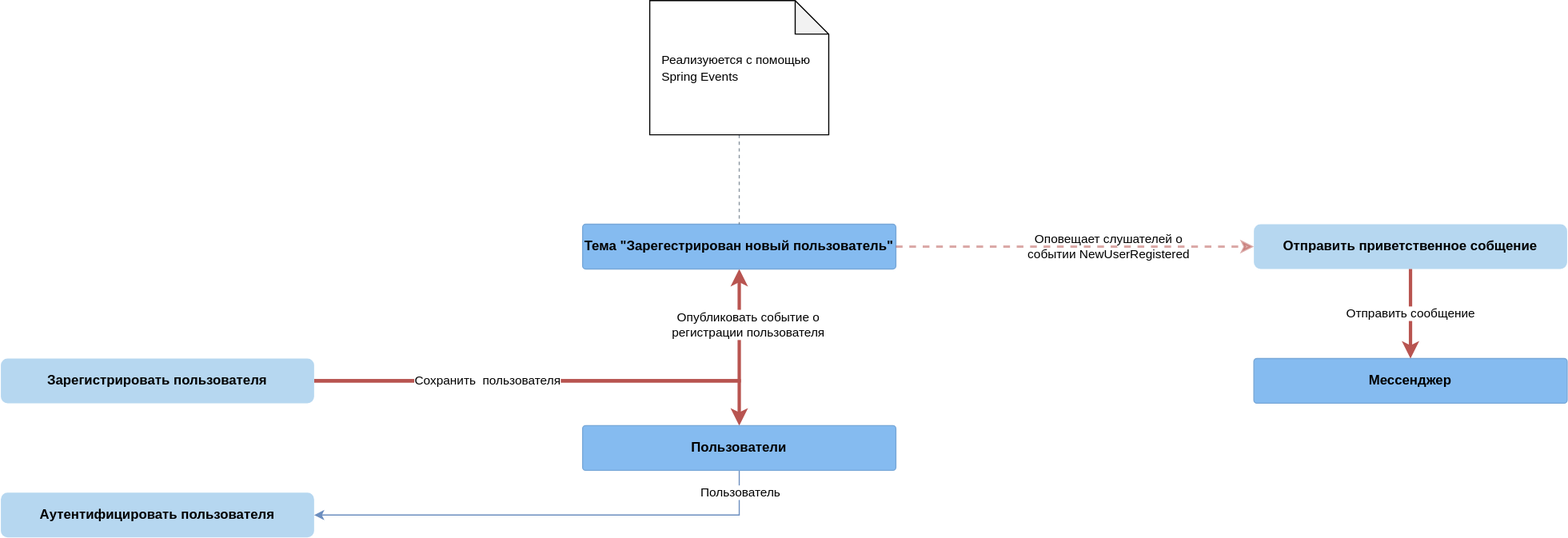
Before: azhidkov.pro/content/effects-diagram/images/spec/short-notation-example.svg, a diagram exported from draw.io (d-r-q/developing-ergonomic-code). Source tidied: cells renumbered, new cells last; positions are measured from the earlier drawing's top-left corner, leaving out a move shared by most shapes. Its diagram source:
```xml
<mxGraphModel>
  <root>
    <mxCell id="0" />
    <mxCell id="1" parent="0" />
    <mxCell id="2" style="edgeStyle=none;rounded=0;jettySize=auto;html=1;fillColor=#f8cecc;strokeColor=#b85450;strokeWidth=3;" parent="1" edge="1" source="9" target="11">
      <mxGeometry relative="1" as="geometry">
        <Array as="points">
          <mxPoint x="660" y="340" />
        </Array>
      </mxGeometry>
    </mxCell>
    <mxCell id="3" value="Опубликовать событие о&lt;br&gt;регистрации пользователя" style="edgeLabel;html=1;align=center;verticalAlign=middle;rounded=0;" parent="2" vertex="1">
      <mxGeometry x="0.14" relative="1" as="geometry">
        <mxPoint x="115" y="-50" as="offset" />
      </mxGeometry>
    </mxCell>
    <mxCell id="4" value="Аутентифицировать пользователя" style="rounded=1;whiteSpace=wrap;html=1;fillColor=#B6D7F0;strokeColor=none;fontStyle=1;" parent="1" vertex="1">
      <mxGeometry y="440" width="280" height="40" as="geometry" />
    </mxCell>
    <mxCell id="5" style="edgeStyle=none;rounded=0;jettySize=auto;html=1;fillColor=#dae8fc;strokeColor=#6c8ebf;" parent="1" edge="1" source="12" target="4">
      <mxGeometry relative="1" as="geometry">
        <Array as="points">
          <mxPoint x="660" y="460" />
        </Array>
      </mxGeometry>
    </mxCell>
    <mxCell id="6" value="Пользователь" style="edgeLabel;html=1;align=center;verticalAlign=middle;rounded=0;" parent="5" vertex="1">
      <mxGeometry x="0.06" y="-3" relative="1" as="geometry">
        <mxPoint x="183" y="-17" as="offset" />
      </mxGeometry>
    </mxCell>
    <mxCell id="7" style="edgeStyle=none;rounded=0;jettySize=auto;html=1;fillColor=#f8cecc;strokeColor=#b85450;strokeWidth=3;" parent="1" edge="1" source="9" target="12">
      <mxGeometry relative="1" as="geometry">
        <Array as="points">
          <mxPoint x="660" y="340" />
        </Array>
      </mxGeometry>
    </mxCell>
    <mxCell id="8" value="Сохранить&amp;nbsp; пользователя" style="edgeLabel;html=1;align=center;verticalAlign=middle;rounded=0;" parent="7" vertex="1">
      <mxGeometry x="0.14" relative="1" as="geometry">
        <mxPoint x="-85" as="offset" />
      </mxGeometry>
    </mxCell>
    <mxCell id="9" value="Зарегистрировать пользователя" style="rounded=1;whiteSpace=wrap;html=1;fillColor=#B6D7F0;strokeColor=none;fontStyle=1;" parent="1" vertex="1">
      <mxGeometry y="320" width="280" height="40" as="geometry" />
    </mxCell>
    <mxCell id="10" value="Оповещает слушателей о&lt;br&gt;событии NewUserRegistered" style="edgeLabel;html=1;align=center;verticalAlign=middle;points=[];labelBackgroundColor=default;" parent="1" vertex="1">
      <mxGeometry x="990" y="220" as="geometry" />
    </mxCell>
    <object id="11" label="&lt;b&gt;Тема &quot;Зарегестрирован новый пользователь&quot;&lt;br&gt;&lt;/b&gt;" c4Description="Description" c4Name="name" c4Technology="technology" c4Type="Component" placeholders="1">
      <mxCell style="rounded=1;whiteSpace=wrap;html=1;labelBackgroundColor=none;fillColor=#85bbf0;fontColor=#000000;align=center;arcSize=7;strokeColor=#78a8d8;" parent="1" vertex="1">
        <mxGeometry x="520" y="200" width="280" height="40" as="geometry" />
      </mxCell>
    </object>
    <object id="12" label="&lt;b&gt;Пользователи&lt;br&gt;&lt;/b&gt;" c4Description="Description" c4Name="name" c4Technology="technology" c4Type="Component" placeholders="1">
      <mxCell style="rounded=1;whiteSpace=wrap;html=1;labelBackgroundColor=none;fillColor=#85bbf0;fontColor=#000000;align=center;arcSize=7;strokeColor=#78a8d8;" parent="1" vertex="1">
        <mxGeometry x="520" y="380" width="280" height="40" as="geometry" />
      </mxCell>
    </object>
    <mxCell id="13" value="Отправить приветственное собщение" style="rounded=1;whiteSpace=wrap;html=1;fillColor=#B6D7F0;strokeColor=none;fontStyle=1;" parent="1" vertex="1">
      <mxGeometry x="1120" y="200" width="280" height="40" as="geometry" />
    </mxCell>
    <mxCell id="14" style="edgeStyle=orthogonalEdgeStyle;jettySize=auto;html=1;startArrow=none;startFill=0;strokeColor=#B85450;strokeWidth=2;dashed=1;opacity=50;fillColor=#f8cecc;" parent="1" edge="1" source="11" target="13">
      <mxGeometry relative="1" as="geometry">
        <Array as="points">
          <mxPoint x="880" y="220" />
          <mxPoint x="880" y="220" />
        </Array>
      </mxGeometry>
    </mxCell>
    <object id="15" label="&lt;b&gt;Мессенджер&lt;br&gt;&lt;/b&gt;" c4Description="Description" c4Name="name" c4Technology="technology" c4Type="Component" placeholders="1">
      <mxCell style="rounded=1;whiteSpace=wrap;html=1;labelBackgroundColor=none;fillColor=#85bbf0;fontColor=#000000;align=center;arcSize=7;strokeColor=#78a8d8;" parent="1" vertex="1">
        <mxGeometry x="1120" y="320" width="280" height="40" as="geometry" />
      </mxCell>
    </object>
    <mxCell id="16" style="edgeStyle=none;rounded=0;jettySize=auto;html=1;fillColor=#f8cecc;strokeColor=#b85450;strokeWidth=3;" parent="1" edge="1" source="13" target="15">
      <mxGeometry relative="1" as="geometry" />
    </mxCell>
    <mxCell id="17" value="Отправить сообщение" style="edgeLabel;html=1;align=center;verticalAlign=middle;rounded=0;" parent="16" vertex="1">
      <mxGeometry x="0.14" relative="1" as="geometry">
        <mxPoint y="-6" as="offset" />
      </mxGeometry>
    </mxCell>
    <mxCell id="18" style="edgeStyle=orthogonalEdgeStyle;jettySize=auto;html=1;dashed=1;startArrow=none;startFill=0;strokeColor=#152C42;strokeWidth=1;opacity=50;endArrow=none;endFill=0;fillColor=#f5f5f5;" parent="1" edge="1" source="19" target="11">
      <mxGeometry relative="1" as="geometry" />
    </mxCell>
    <mxCell id="19" value="&lt;span style=&quot;font-size: 11px ; text-align: center ; background-color: rgb(255 , 255 , 255)&quot;&gt;Реализуюется с помощью&lt;/span&gt;&lt;br style=&quot;font-size: 11px ; text-align: center&quot;&gt;&lt;span style=&quot;font-size: 11px ; text-align: center ; background-color: rgb(255 , 255 , 255)&quot;&gt;Spring Events&lt;/span&gt;" style="shape=note;whiteSpace=wrap;html=1;backgroundOutline=1;darkOpacity=0.05;align=left;spacingLeft=9;" parent="1" vertex="1">
      <mxGeometry x="580" width="160" height="120" as="geometry" />
    </mxCell>
  </root>
</mxGraphModel>
```
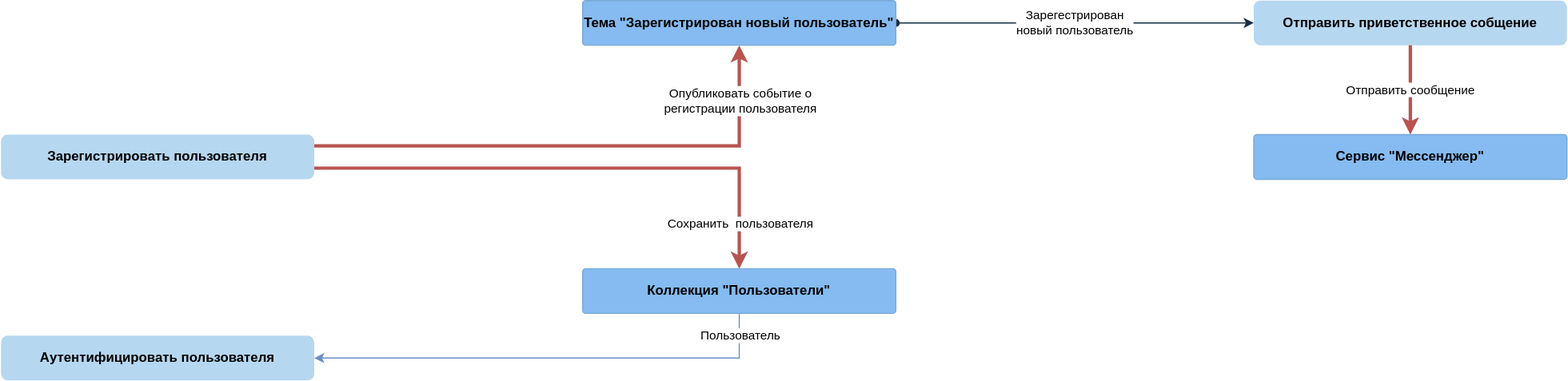
After the commit.

The edit, as a diff of the source:
```diff
@@ -2,78 +2,78 @@
   <root>
     <mxCell id="0" />
     <mxCell id="1" parent="0" />
-    <mxCell id="2" style="edgeStyle=none;rounded=0;jettySize=auto;html=1;fillColor=#f8cecc;strokeColor=#b85450;strokeWidth=3;" parent="1" edge="1" source="9" target="11">
+    <mxCell id="2" style="edgeStyle=orthogonalEdgeStyle;jettySize=auto;html=1;startArrow=oval;startFill=1;strokeColor=#152C42;strokeWidth=1;fillColor=#f8cecc;endFill=1;" parent="1" edge="1" source="12" target="14">
       <mxGeometry relative="1" as="geometry">
         <Array as="points">
-          <mxPoint x="660" y="340" />
+          <mxPoint x="880" y="140" />
+          <mxPoint x="880" y="140" />
         </Array>
       </mxGeometry>
     </mxCell>
-    <mxCell id="3" value="Опубликовать событие о&lt;br&gt;регистрации пользователя" style="edgeLabel;html=1;align=center;verticalAlign=middle;rounded=0;" parent="2" vertex="1">
-      <mxGeometry x="0.14" relative="1" as="geometry">
-        <mxPoint x="115" y="-50" as="offset" />
+    <mxCell id="3" style="edgeStyle=none;rounded=0;jettySize=auto;html=1;fillColor=#f8cecc;strokeColor=#b85450;strokeWidth=3;exitX=1;exitY=0.25;exitDx=0;exitDy=0;" parent="1" edge="1" source="10" target="12">
+      <mxGeometry relative="1" as="geometry">
+        <Array as="points">
+          <mxPoint x="660" y="250" />
+        </Array>
       </mxGeometry>
     </mxCell>
-    <mxCell id="4" value="Аутентифицировать пользователя" style="rounded=1;whiteSpace=wrap;html=1;fillColor=#B6D7F0;strokeColor=none;fontStyle=1;" parent="1" vertex="1">
-      <mxGeometry y="440" width="280" height="40" as="geometry" />
+    <mxCell id="4" value="Опубликовать событие о&lt;br&gt;регистрации пользователя" style="edgeLabel;html=1;align=center;verticalAlign=middle;points=[];rounded=0;" parent="3" vertex="1">
+      <mxGeometry x="0.14" relative="1" as="geometry">
+        <mxPoint x="113" y="-40" as="offset" />
+      </mxGeometry>
     </mxCell>
-    <mxCell id="5" style="edgeStyle=none;rounded=0;jettySize=auto;html=1;fillColor=#dae8fc;strokeColor=#6c8ebf;" parent="1" edge="1" source="12" target="4">
-      <mxGeometry relative="1" as="geometry">
-        <Array as="points">
-          <mxPoint x="660" y="460" />
-        </Array>
-      </mxGeometry>
+    <mxCell id="5" value="Аутентифицировать пользователя" style="rounded=1;whiteSpace=wrap;html=1;fillColor=#B6D7F0;strokeColor=none;fontStyle=1;" parent="1" vertex="1">
+      <mxGeometry y="420" width="280" height="40" as="geometry" />
     </mxCell>
-    <mxCell id="6" value="Пользователь" style="edgeLabel;html=1;align=center;verticalAlign=middle;rounded=0;" parent="5" vertex="1">
-      <mxGeometry x="0.06" y="-3" relative="1" as="geometry">
-        <mxPoint x="183" y="-17" as="offset" />
+    <mxCell id="6" style="edgeStyle=none;rounded=0;jettySize=auto;html=1;fillColor=#dae8fc;strokeColor=#6c8ebf;" parent="1" edge="1" source="13" target="5">
+      <mxGeometry relative="1" as="geometry">
+        <Array as="points">
+          <mxPoint x="660" y="440" />
+        </Array>
       </mxGeometry>
     </mxCell>
-    <mxCell id="7" style="edgeStyle=none;rounded=0;jettySize=auto;html=1;fillColor=#f8cecc;strokeColor=#b85450;strokeWidth=3;" parent="1" edge="1" source="9" target="12">
-      <mxGeometry relative="1" as="geometry">
-        <Array as="points">
-          <mxPoint x="660" y="340" />
-        </Array>
+    <mxCell id="7" value="Пользователь" style="edgeLabel;html=1;align=center;verticalAlign=middle;rounded=0;" parent="6" vertex="1">
+      <mxGeometry x="0.06" y="-3" relative="1" as="geometry">
+        <mxPoint x="183" y="-17" as="offset" />
       </mxGeometry>
     </mxCell>
-    <mxCell id="8" value="Сохранить&amp;nbsp; пользователя" style="edgeLabel;html=1;align=center;verticalAlign=middle;rounded=0;" parent="7" vertex="1">
-      <mxGeometry x="0.14" relative="1" as="geometry">
-        <mxPoint x="-85" as="offset" />
+    <mxCell id="8" style="edgeStyle=none;rounded=0;jettySize=auto;html=1;fillColor=#f8cecc;strokeColor=#b85450;strokeWidth=3;exitX=1;exitY=0.75;exitDx=0;exitDy=0;" parent="1" edge="1" source="10" target="13">
+      <mxGeometry relative="1" as="geometry">
+        <Array as="points">
+          <mxPoint x="660" y="270" />
+        </Array>
       </mxGeometry>
     </mxCell>
-    <mxCell id="9" value="Зарегистрировать пользователя" style="rounded=1;whiteSpace=wrap;html=1;fillColor=#B6D7F0;strokeColor=none;fontStyle=1;" parent="1" vertex="1">
-      <mxGeometry y="320" width="280" height="40" as="geometry" />
+    <mxCell id="9" value="Сохранить&amp;nbsp; пользователя" style="edgeLabel;html=1;align=center;verticalAlign=middle;points=[];rounded=0;" parent="8" vertex="1">
+      <mxGeometry x="0.14" relative="1" as="geometry">
+        <mxPoint x="113" y="50" as="offset" />
+      </mxGeometry>
     </mxCell>
-    <mxCell id="10" value="Оповещает слушателей о&lt;br&gt;событии NewUserRegistered" style="edgeLabel;html=1;align=center;verticalAlign=middle;points=[];labelBackgroundColor=default;" parent="1" vertex="1">
-      <mxGeometry x="990" y="220" as="geometry" />
+    <mxCell id="10" value="Зарегистрировать пользователя" style="rounded=1;whiteSpace=wrap;html=1;fillColor=#B6D7F0;strokeColor=none;fontStyle=1;" parent="1" vertex="1">
+      <mxGeometry y="240" width="280" height="40" as="geometry" />
     </mxCell>
-    <object id="11" label="&lt;b&gt;Тема &quot;Зарегестрирован новый пользователь&quot;&lt;br&gt;&lt;/b&gt;" c4Description="Description" c4Name="name" c4Technology="technology" c4Type="Component" placeholders="1">
-      <mxCell style="rounded=1;whiteSpace=wrap;html=1;labelBackgroundColor=none;fillColor=#85bbf0;fontColor=#000000;align=center;arcSize=7;strokeColor=#78a8d8;" parent="1" vertex="1">
-        <mxGeometry x="520" y="200" width="280" height="40" as="geometry" />
-      </mxCell>
-    </object>
+    <mxCell id="11" value="Зарегестрирован&lt;br&gt;новый пользователь" style="edgeLabel;html=1;align=center;verticalAlign=middle;points=[];labelBackgroundColor=default;" parent="1" vertex="1">
+      <mxGeometry x="960" y="140" as="geometry" />
+    </mxCell>
-    <object id="12" label="&lt;b&gt;Пользователи&lt;br&gt;&lt;/b&gt;" c4Description="Description" c4Name="name" c4Technology="technology" c4Type="Component" placeholders="1">
+    <object id="12" label="&lt;b&gt;Тема &quot;Зарегистрирован новый пользователь&quot;&lt;br&gt;&lt;/b&gt;" c4Description="Description" c4Name="name" c4Technology="technology" c4Type="Component" placeholders="1">
       <mxCell style="rounded=1;whiteSpace=wrap;html=1;labelBackgroundColor=none;fillColor=#85bbf0;fontColor=#000000;align=center;arcSize=7;strokeColor=#78a8d8;" parent="1" vertex="1">
-        <mxGeometry x="520" y="380" width="280" height="40" as="geometry" />
+        <mxGeometry x="520" y="120" width="280" height="40" as="geometry" />
       </mxCell>
     </object>
-    <mxCell id="13" value="Отправить приветственное собщение" style="rounded=1;whiteSpace=wrap;html=1;fillColor=#B6D7F0;strokeColor=none;fontStyle=1;" parent="1" vertex="1">
-      <mxGeometry x="1120" y="200" width="280" height="40" as="geometry" />
-    </mxCell>
+    <object id="13" label="&lt;b&gt;Коллекция &quot;Пользователи&quot;&lt;br&gt;&lt;/b&gt;" c4Description="Description" c4Name="name" c4Technology="technology" c4Type="Component" placeholders="1">
+      <mxCell style="rounded=1;whiteSpace=wrap;html=1;labelBackgroundColor=none;fillColor=#85bbf0;fontColor=#000000;align=center;arcSize=7;strokeColor=#78a8d8;" parent="1" vertex="1">
+        <mxGeometry x="520" y="360" width="280" height="40" as="geometry" />
+      </mxCell>
+    </object>
-    <mxCell id="14" style="edgeStyle=orthogonalEdgeStyle;jettySize=auto;html=1;startArrow=none;startFill=0;strokeColor=#B85450;strokeWidth=2;dashed=1;opacity=50;fillColor=#f8cecc;" parent="1" edge="1" source="11" target="13">
-      <mxGeometry relative="1" as="geometry">
-        <Array as="points">
-          <mxPoint x="880" y="220" />
-          <mxPoint x="880" y="220" />
-        </Array>
-      </mxGeometry>
+    <mxCell id="14" value="Отправить приветственное собщение" style="rounded=1;whiteSpace=wrap;html=1;fillColor=#B6D7F0;strokeColor=none;fontStyle=1;" parent="1" vertex="1">
+      <mxGeometry x="1120" y="120" width="280" height="40" as="geometry" />
     </mxCell>
-    <object id="15" label="&lt;b&gt;Мессенджер&lt;br&gt;&lt;/b&gt;" c4Description="Description" c4Name="name" c4Technology="technology" c4Type="Component" placeholders="1">
+    <object id="15" label="&lt;b&gt;Сервис &quot;Мессенджер&quot;&lt;br&gt;&lt;/b&gt;" c4Description="Description" c4Name="name" c4Technology="technology" c4Type="Component" placeholders="1">
       <mxCell style="rounded=1;whiteSpace=wrap;html=1;labelBackgroundColor=none;fillColor=#85bbf0;fontColor=#000000;align=center;arcSize=7;strokeColor=#78a8d8;" parent="1" vertex="1">
-        <mxGeometry x="1120" y="320" width="280" height="40" as="geometry" />
+        <mxGeometry x="1120" y="240" width="280" height="40" as="geometry" />
       </mxCell>
     </object>
-    <mxCell id="16" style="edgeStyle=none;rounded=0;jettySize=auto;html=1;fillColor=#f8cecc;strokeColor=#b85450;strokeWidth=3;" parent="1" edge="1" source="13" target="15">
+    <mxCell id="16" style="edgeStyle=none;rounded=0;jettySize=auto;html=1;fillColor=#f8cecc;strokeColor=#b85450;strokeWidth=3;" parent="1" edge="1" source="14" target="15">
       <mxGeometry relative="1" as="geometry" />
     </mxCell>
     <mxCell id="17" value="Отправить сообщение" style="edgeLabel;html=1;align=center;verticalAlign=middle;rounded=0;" parent="16" vertex="1">
@@ -81,11 +81,5 @@
         <mxPoint y="-6" as="offset" />
       </mxGeometry>
     </mxCell>
-    <mxCell id="18" style="edgeStyle=orthogonalEdgeStyle;jettySize=auto;html=1;dashed=1;startArrow=none;startFill=0;strokeColor=#152C42;strokeWidth=1;opacity=50;endArrow=none;endFill=0;fillColor=#f5f5f5;" parent="1" edge="1" source="19" target="11">
-      <mxGeometry relative="1" as="geometry" />
-    </mxCell>
-    <mxCell id="19" value="&lt;span style=&quot;font-size: 11px ; text-align: center ; background-color: rgb(255 , 255 , 255)&quot;&gt;Реализуюется с помощью&lt;/span&gt;&lt;br style=&quot;font-size: 11px ; text-align: center&quot;&gt;&lt;span style=&quot;font-size: 11px ; text-align: center ; background-color: rgb(255 , 255 , 255)&quot;&gt;Spring Events&lt;/span&gt;" style="shape=note;whiteSpace=wrap;html=1;backgroundOutline=1;darkOpacity=0.05;align=left;spacingLeft=9;" parent="1" vertex="1">
-      <mxGeometry x="580" width="160" height="120" as="geometry" />
-    </mxCell>
   </root>
 </mxGraphModel>
```
